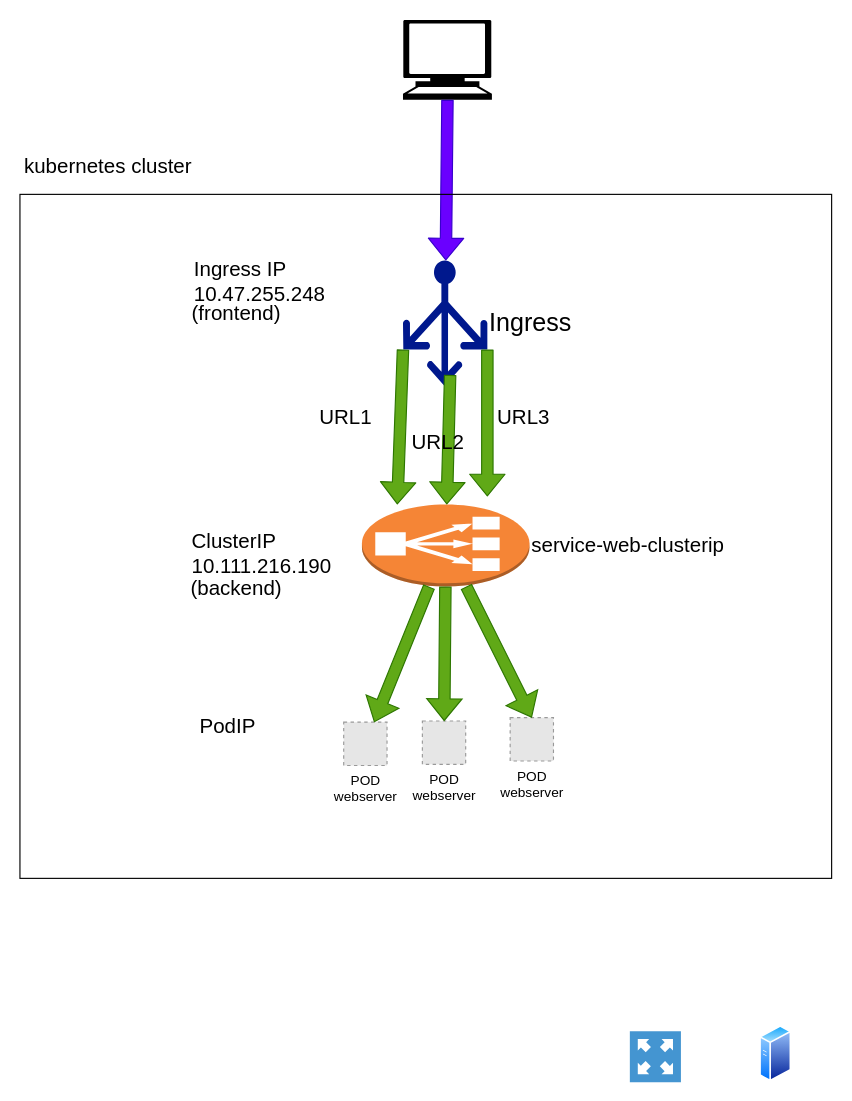
Before: diagrams/drawio/ingress-terse-ss.drawio in pinggit/kubernetes-contrail-day-one, a draw.io diagram. Source tidied: cells renumbered, new cells numbered last; positions are measured from the earlier drawing's top-left corner, leaving out a move shared by most shapes. Both pictures are drawn from the tidied source at 114%, with x=0, y=0 at pixel (19, 19). Pictures stored in the file or linked from it are replaced by grey dashed boxes.
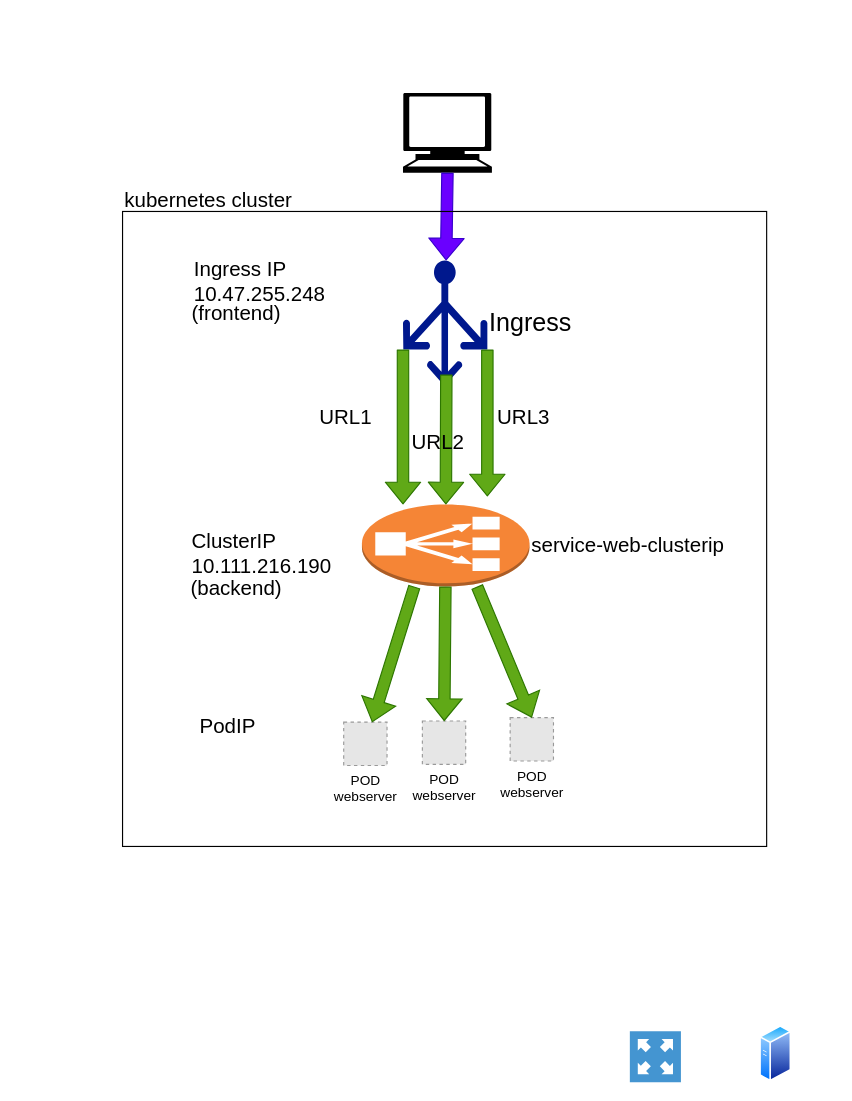
The same diagram, later.

Commit message (it also covers changes not shown here):
ch4: update single service ingress

The change refers to these unchanged cells:
```xml
<mxCell id="3" value="&lt;font style=&quot;font-size: 22px&quot;&gt;Ingress&lt;/font&gt;" style="shadow=0;dashed=0;html=1;strokeColor=none;labelPosition=right;verticalLabelPosition=middle;verticalAlign=middle;align=left;shape=mxgraph.azure.load_balancer_generic;fillColor=#00188D;" parent="1" vertex="1">
  <mxGeometry x="336" y="211" width="74" height="110" as="geometry" />
</mxCell>
<mxCell id="4" value="service-web-clusterip" style="outlineConnect=0;dashed=0;verticalLabelPosition=middle;verticalAlign=middle;align=left;html=1;shape=mxgraph.aws3.classic_load_balancer;fillColor=#F58536;gradientColor=none;labelPosition=right;fontSize=18;" parent="1" vertex="1">
  <mxGeometry x="300" y="425" width="147" height="72" as="geometry" />
</mxCell>
<mxCell id="6" value="POD&lt;br&gt;webserver&lt;br&gt;" style="fillColor=#E6E6E6;strokeColor=#999999;dashed=1;html=1;verticalAlign=top;verticalLabelPosition=bottom;labelBackgroundColor=#ffffff;labelPosition=center;align=center;" parent="1" vertex="1">
  <mxGeometry x="284" y="616" width="38" height="38" as="geometry" />
</mxCell>
<mxCell id="23" value="POD&lt;br&gt;webserver&lt;br&gt;" style="fillColor=#E6E6E6;strokeColor=#999999;dashed=1;html=1;verticalAlign=top;verticalLabelPosition=bottom;labelBackgroundColor=#ffffff;labelPosition=center;align=center;" parent="1" vertex="1">
  <mxGeometry x="430" y="612" width="38" height="38" as="geometry" />
</mxCell>
```

Change to the diagram source:
```diff
@@
-    <mxCell id="8" style="shape=flexArrow;endArrow=classic;html=1;exitX=0;exitY=0.71;exitDx=0;exitDy=0;exitPerimeter=0;fillColor=#60a917;strokeColor=#2D7600;entryX=0.465;entryY=0.453;entryDx=0;entryDy=0;entryPerimeter=0;" parent="1" edge="1" source="3">
+    <mxCell id="8" style="shape=flexArrow;endArrow=classic;html=1;exitX=0;exitY=0.71;exitDx=0;exitDy=0;exitPerimeter=0;fillColor=#60a917;strokeColor=#2D7600;" parent="1" edge="1" source="3">
       <mxGeometry relative="1" as="geometry">
-        <mxPoint x="331" y="425" as="targetPoint" />
+        <mxPoint x="336" y="425" as="targetPoint" />
       </mxGeometry>
     </mxCell>
-    <mxCell id="9" style="shape=flexArrow;endArrow=classic;html=1;exitX=0.559;exitY=0.912;exitDx=0;exitDy=0;exitPerimeter=0;fillColor=#60a917;strokeColor=#2D7600;" parent="1" edge="1" source="3" target="4">
-      <mxGeometry relative="1" as="geometry" />
+    <mxCell id="9" style="shape=flexArrow;endArrow=classic;html=1;fillColor=#60a917;strokeColor=#2D7600;" parent="1" edge="1" target="4">
+      <mxGeometry relative="1" as="geometry">
+        <mxPoint x="374" y="311" as="sourcePoint" />
+      </mxGeometry>
     </mxCell>
-    <mxCell id="10" style="edgeStyle=none;rounded=0;jettySize=auto;html=1;endArrow=none;endFill=0;startArrow=classic;startFill=1;verticalAlign=middle;shape=flexArrow;fillColor=#60a917;strokeColor=#2D7600;" parent="1" edge="1" source="6" target="4">
-      <mxGeometry relative="1" as="geometry" />
+    <mxCell id="10" style="edgeStyle=none;rounded=0;jettySize=auto;html=1;endArrow=none;endFill=0;startArrow=classic;startFill=1;verticalAlign=middle;shape=flexArrow;fillColor=#60a917;strokeColor=#2D7600;" parent="1" edge="1" source="6">
+      <mxGeometry relative="1" as="geometry">
+        <mxPoint x="346" y="497" as="targetPoint" />
+      </mxGeometry>
     </mxCell>
@@
     <mxCell id="12" style="shape=mxgraph.signs.tech.computer;html=1;fillColor=#000000;strokeColor=none;verticalLabelPosition=bottom;verticalAlign=top;align=center;" parent="1" vertex="1">
-      <mxGeometry x="336" width="78" height="70" as="geometry" />
+      <mxGeometry x="336" y="64" width="78" height="70" as="geometry" />
     </mxCell>
@@
-    <mxCell id="24" style="edgeStyle=none;rounded=0;jettySize=auto;html=1;endArrow=none;endFill=0;startArrow=classic;startFill=1;verticalAlign=middle;shape=flexArrow;fillColor=#60a917;strokeColor=#2D7600;exitX=0.5;exitY=0;exitDx=0;exitDy=0;" parent="1" edge="1" source="23" target="4">
-      <mxGeometry relative="1" as="geometry" />
+    <mxCell id="24" style="edgeStyle=none;rounded=0;jettySize=auto;html=1;endArrow=none;endFill=0;startArrow=classic;startFill=1;verticalAlign=middle;shape=flexArrow;fillColor=#60a917;strokeColor=#2D7600;exitX=0.5;exitY=0;exitDx=0;exitDy=0;" parent="1" edge="1" source="23">
+      <mxGeometry relative="1" as="geometry">
+        <mxPoint x="401" y="497" as="targetPoint" />
+      </mxGeometry>
     </mxCell>
     <mxCell id="25" style="rounded=0;whiteSpace=wrap;html=1;fontSize=18;fillColor=none;" parent="1" vertex="1">
-      <mxGeometry y="153" width="712" height="600" as="geometry" />
+      <mxGeometry x="90" y="168" width="565" height="557" as="geometry" />
     </mxCell>
     <mxCell id="26" value="kubernetes cluster" style="text;html=1;align=left;verticalAlign=top;spacingTop=-4;fontSize=18;" parent="1" vertex="1">
-      <mxGeometry x="2" y="116" width="157" height="22" as="geometry" />
+      <mxGeometry x="90" y="146" width="157" height="22" as="geometry" />
     </mxCell>
```
